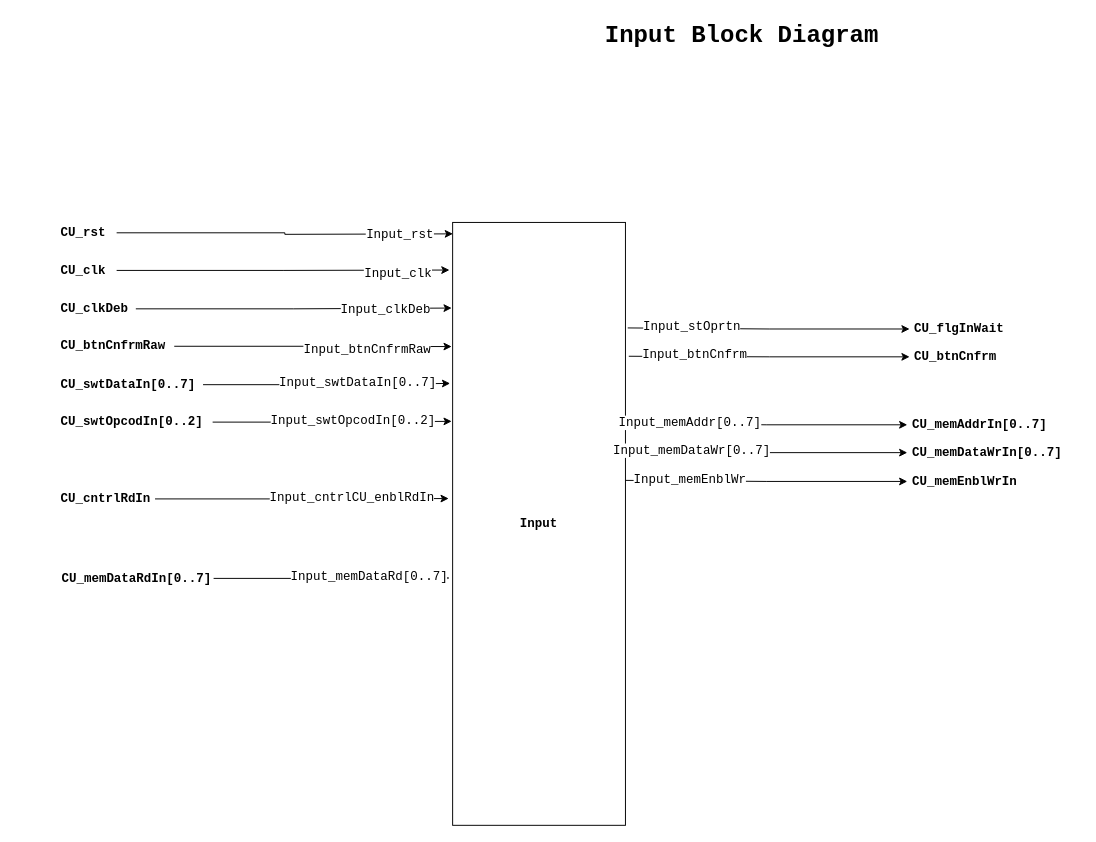
Earlier version of the draw.io diagram page "Input_BD" (5 of 9) of 04_ControlUnit_v1/CPU_Design.drawio (Vichu95/Basic_CPU_FPGA). Source tidied: cells renumbered, new cells numbered last; positions are measured from the earlier drawing's top-left corner, leaving out a move shared by most shapes. Both pictures are drawn from the tidied source at 96%, with x=0, y=0 at pixel (59, 16).
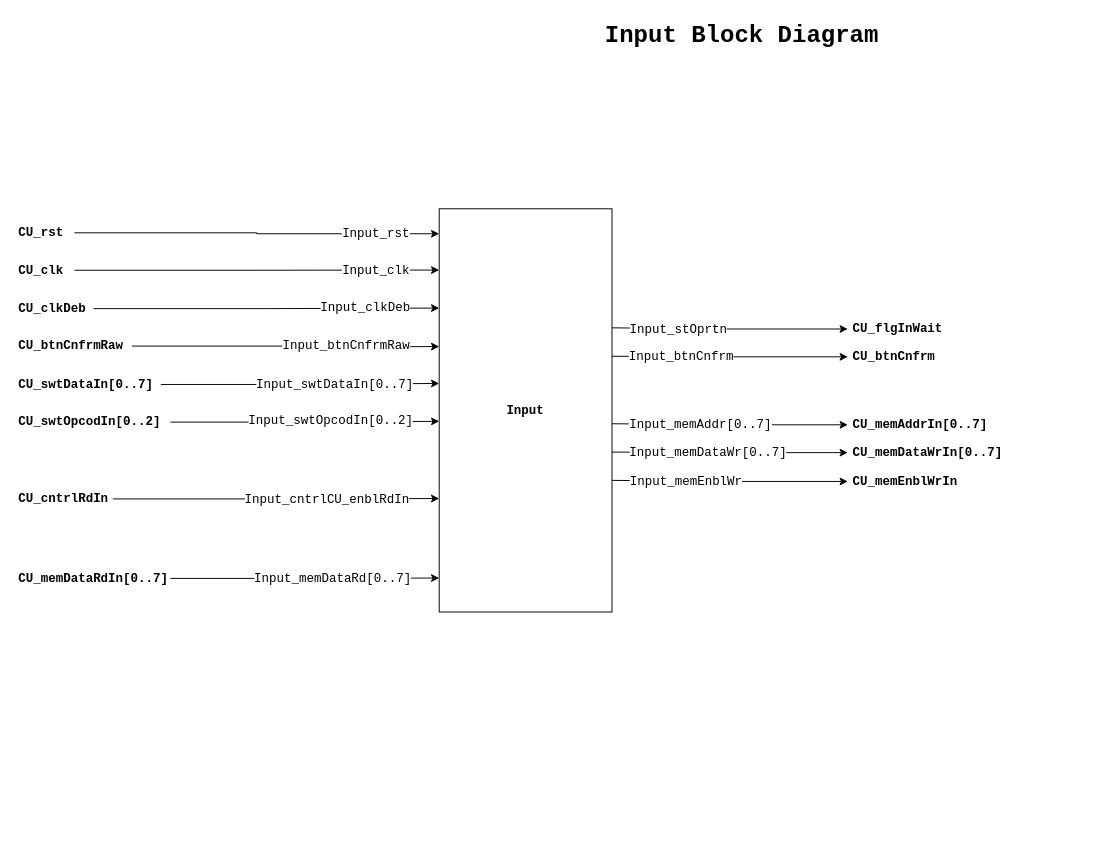
Above is the later version.

The edit, as a diff of the source:
```diff
@@
     <mxCell id="3" value="&lt;b&gt;&lt;font style=&quot;font-size: 13px;&quot;&gt;Input&lt;/font&gt;&lt;/b&gt;" style="rounded=0;whiteSpace=wrap;html=1;fontFamily=Courier New;fontSize=11;" parent="1" vertex="1">
-      <mxGeometry x="410" y="214.2" width="180" height="628" as="geometry" />
+      <mxGeometry x="396" y="200" width="180" height="420" as="geometry" />
     </mxCell>
     <mxCell id="4" style="edgeStyle=orthogonalEdgeStyle;rounded=0;jettySize=auto;html=1;entryX=0;entryY=0.206;entryDx=0;entryDy=0;entryPerimeter=0;fontFamily=Courier New;fontSize=13;fontColor=#000000;" parent="1" edge="1" source="6">
       <mxGeometry relative="1" as="geometry">
-        <mxPoint x="409" y="343.5" as="targetPoint" />
+        <mxPoint x="396" y="343.5" as="targetPoint" />
       </mxGeometry>
     </mxCell>
     <mxCell id="5" value="Input_btnCnfrmRaw" style="edgeLabel;html=1;align=center;verticalAlign=middle;fontSize=13;fontFamily=Courier New;fontColor=#000000;" parent="4" vertex="1">
       <mxGeometry x="0.73" y="-3" relative="1" as="geometry">
-        <mxPoint x="-50" as="offset" />
+        <mxPoint x="-55" y="-4" as="offset" />
       </mxGeometry>
     </mxCell>
     <mxCell id="6" value="CU_btnCnfrmRaw" style="text;html=1;align=left;verticalAlign=middle;points=[];strokeColor=none;fillColor=none;fontStyle=1;labelBackgroundColor=none;fontColor=#000000;fontSize=13;fontFamily=Courier New;spacing=2;spacingRight=-13;" parent="1" vertex="1">
-      <mxGeometry y="328.2" width="120" height="30" as="geometry" />
+      <mxGeometry x="-44" y="328" width="120" height="30" as="geometry" />
     </mxCell>
-    <mxCell id="7" style="edgeStyle=orthogonalEdgeStyle;rounded=0;jettySize=auto;html=1;fontFamily=Courier New;fontSize=13;fontColor=#0000FF;entryX=0.007;entryY=0.019;entryDx=0;entryDy=0;entryPerimeter=0;" parent="1" edge="1" source="9">
+    <mxCell id="7" style="edgeStyle=orthogonalEdgeStyle;rounded=0;jettySize=auto;html=1;fontFamily=Courier New;fontSize=13;fontColor=#0000FF;" parent="1" edge="1" source="9">
       <mxGeometry relative="1" as="geometry">
-        <mxPoint x="410.3" y="226.1" as="targetPoint" />
+        <mxPoint x="396" y="226" as="targetPoint" />
+        <Array as="points">
+          <mxPoint x="206" y="225" />
+          <mxPoint x="206" y="226" />
+        </Array>
       </mxGeometry>
     </mxCell>
     <mxCell id="8" value="Input_rst" style="edgeLabel;html=1;align=center;verticalAlign=middle;fontSize=13;fontFamily=Courier New;fontColor=#000000;" parent="7" vertex="1">
-      <mxGeometry x="0.68" relative="1" as="geometry" />
+      <mxGeometry x="0.68" relative="1" as="geometry">
+        <mxPoint x="-6" y="-1" as="offset" />
+      </mxGeometry>
     </mxCell>
     <mxCell id="9" value="CU_rst" style="text;html=1;align=left;verticalAlign=middle;points=[];strokeColor=none;fillColor=none;fontStyle=1;labelBackgroundColor=none;fontColor=#000000;fontSize=13;fontFamily=Courier New;spacing=2;spacingRight=-13;" parent="1" vertex="1">
-      <mxGeometry y="210" width="60" height="30" as="geometry" />
+      <mxGeometry x="-44" y="210" width="60" height="30" as="geometry" />
     </mxCell>
     <mxCell id="10" style="edgeStyle=orthogonalEdgeStyle;rounded=0;jettySize=auto;html=1;fontFamily=Courier New;fontSize=13;fontColor=#000000;entryX=-0.009;entryY=0.267;entryDx=0;entryDy=0;entryPerimeter=0;" parent="1" edge="1" source="12">
       <mxGeometry relative="1" as="geometry">
-        <mxPoint x="407.4" y="381.9" as="targetPoint" />
+        <mxPoint x="396" y="381.9" as="targetPoint" />
       </mxGeometry>
     </mxCell>
     <mxCell id="11" value="Input_swtDataIn[0..7]" style="edgeLabel;html=1;align=center;verticalAlign=middle;fontSize=13;fontFamily=Courier New;fontColor=#000000;" parent="10" vertex="1">
       <mxGeometry x="0.57" y="2" relative="1" as="geometry">
-        <mxPoint x="-42" as="offset" />
+        <mxPoint x="-47" y="2" as="offset" />
       </mxGeometry>
     </mxCell>
     <mxCell id="12" value="CU_swtDataIn[0..7]" style="text;html=1;align=left;verticalAlign=middle;points=[];strokeColor=none;fillColor=none;fontStyle=1;labelBackgroundColor=none;fontColor=#000000;fontSize=13;fontFamily=Courier New;spacing=2;spacingRight=-13;" parent="1" vertex="1">
-      <mxGeometry y="368.2" width="150" height="30" as="geometry" />
+      <mxGeometry x="-44" y="368" width="150" height="30" as="geometry" />
     </mxCell>
     <mxCell id="13" style="edgeStyle=orthogonalEdgeStyle;rounded=0;jettySize=auto;html=1;entryX=0;entryY=0.33;entryDx=0;entryDy=0;entryPerimeter=0;fontFamily=Courier New;fontSize=13;fontColor=#000000;" parent="1" edge="1" source="15">
       <mxGeometry relative="1" as="geometry">
-        <mxPoint x="409" y="421.4" as="targetPoint" />
+        <mxPoint x="396" y="421.4" as="targetPoint" />
       </mxGeometry>
     </mxCell>
     <mxCell id="14" value="Input_swtOpcodIn[0..2]" style="edgeLabel;html=1;align=center;verticalAlign=middle;fontSize=13;fontFamily=Courier New;fontColor=#000000;" parent="13" vertex="1">
       <mxGeometry x="0.6" y="1" relative="1" as="geometry">
-        <mxPoint x="-53" as="offset" />
+        <mxPoint x="-57" as="offset" />
       </mxGeometry>
     </mxCell>
     <mxCell id="15" value="CU_swtOpcodIn[0..2]" style="text;html=1;align=left;verticalAlign=middle;points=[];strokeColor=none;fillColor=none;fontStyle=1;labelBackgroundColor=none;fontColor=#000000;fontSize=13;fontFamily=Courier New;spacing=2;spacingRight=-13;" parent="1" vertex="1">
-      <mxGeometry y="407.2" width="160" height="30" as="geometry" />
+      <mxGeometry x="-44" y="407.2" width="160" height="30" as="geometry" />
     </mxCell>
     <mxCell id="16" style="edgeStyle=orthogonalEdgeStyle;rounded=0;jettySize=auto;html=1;entryX=-0.013;entryY=0.079;entryDx=0;entryDy=0;entryPerimeter=0;fontFamily=Courier New;fontSize=13;fontColor=#000000;" parent="1" edge="1" source="18">
       <mxGeometry relative="1" as="geometry">
-        <mxPoint x="406.7" y="263.8" as="targetPoint" />
+        <mxPoint x="396" y="263.8" as="targetPoint" />
       </mxGeometry>
     </mxCell>
     <mxCell id="17" value="Input_clk" style="edgeLabel;html=1;align=center;verticalAlign=middle;fontSize=13;fontFamily=Courier New;fontColor=#000000;" parent="16" vertex="1">
       <mxGeometry x="0.67" y="-4" relative="1" as="geometry">
-        <mxPoint x="3" as="offset" />
+        <mxPoint x="-4" y="-4" as="offset" />
       </mxGeometry>
     </mxCell>
     <mxCell id="18" value="CU_clk" style="text;html=1;align=left;verticalAlign=middle;points=[];strokeColor=none;fillColor=none;fontStyle=1;labelBackgroundColor=none;fontColor=#000000;fontSize=13;fontFamily=Courier New;spacing=2;spacingRight=-13;" parent="1" vertex="1">
-      <mxGeometry y="249.2" width="60" height="30" as="geometry" />
+      <mxGeometry x="-44" y="249" width="60" height="30" as="geometry" />
     </mxCell>
     <mxCell id="19" style="edgeStyle=orthogonalEdgeStyle;rounded=0;jettySize=auto;html=1;entryX=0;entryY=0.142;entryDx=0;entryDy=0;fontFamily=Courier New;fontSize=13;fontColor=#000000;entryPerimeter=0;" parent="1" edge="1" source="21">
       <mxGeometry relative="1" as="geometry">
-        <mxPoint x="409" y="303.4" as="targetPoint" />
+        <mxPoint x="396" y="303.4" as="targetPoint" />
       </mxGeometry>
     </mxCell>
     <mxCell id="20" value="Input_clkDeb" style="edgeLabel;html=1;align=center;verticalAlign=middle;fontSize=13;fontFamily=Courier New;fontColor=#000000;" parent="19" vertex="1">
       <mxGeometry x="0.71" y="-1" relative="1" as="geometry">
-        <mxPoint x="-22" as="offset" />
+        <mxPoint x="-25" y="-2" as="offset" />
       </mxGeometry>
     </mxCell>
     <mxCell id="21" value="CU_clkDeb" style="text;html=1;align=left;verticalAlign=middle;points=[];strokeColor=none;fillColor=none;fontStyle=1;labelBackgroundColor=none;fontColor=#000000;fontSize=13;fontFamily=Courier New;spacing=2;spacingRight=-13;" parent="1" vertex="1">
-      <mxGeometry y="289.2" width="80" height="30" as="geometry" />
+      <mxGeometry x="-44" y="289" width="80" height="30" as="geometry" />
     </mxCell>
     <mxCell id="22" style="edgeStyle=orthogonalEdgeStyle;rounded=0;jettySize=auto;html=1;entryX=-0.017;entryY=0.458;entryDx=0;entryDy=0;entryPerimeter=0;fontFamily=Courier New;fontSize=13;fontColor=#000000;startArrow=none;startFill=0;endArrow=classic;endFill=1;" parent="1" edge="1" source="24">
       <mxGeometry relative="1" as="geometry">
-        <mxPoint x="405.9" y="501.8" as="targetPoint" />
+        <mxPoint x="396" y="501.8" as="targetPoint" />
       </mxGeometry>
     </mxCell>
     <mxCell id="23" value="Input_cntrlCU_enblRdIn" style="edgeLabel;html=1;align=center;verticalAlign=middle;fontSize=13;fontFamily=Courier New;fontColor=#000000;" parent="22" vertex="1">
       <mxGeometry x="0.46" y="2" relative="1" as="geometry">
-        <mxPoint x="-18" as="offset" />
+        <mxPoint x="-25" y="2" as="offset" />
       </mxGeometry>
     </mxCell>
     <mxCell id="24" value="CU_cntrlRdIn" style="text;html=1;align=left;verticalAlign=middle;points=[];strokeColor=none;fillColor=none;fontStyle=1;labelBackgroundColor=none;fontColor=#000000;fontSize=13;fontFamily=Courier New;spacing=2;spacingRight=-13;" parent="1" vertex="1">
-      <mxGeometry y="487.2" width="100" height="30" as="geometry" />
+      <mxGeometry x="-44" y="487.2" width="100" height="30" as="geometry" />
     </mxCell>
-    <mxCell id="25" style="edgeStyle=orthogonalEdgeStyle;rounded=0;jettySize=auto;html=1;entryX=1.008;entryY=0.175;entryDx=0;entryDy=0;entryPerimeter=0;fontFamily=Courier New;fontSize=13;fontColor=#000000;startArrow=classic;startFill=1;endArrow=none;endFill=0;" parent="1" edge="1" source="27">
+    <mxCell id="25" style="edgeStyle=orthogonalEdgeStyle;rounded=0;jettySize=auto;html=1;fontFamily=Courier New;fontSize=13;fontColor=#000000;startArrow=classic;startFill=1;endArrow=none;endFill=0;" parent="1" edge="1" source="27">
       <mxGeometry relative="1" as="geometry">
-        <mxPoint x="592.4" y="324.1" as="targetPoint" />
+        <mxPoint x="576" y="324" as="targetPoint" />
       </mxGeometry>
     </mxCell>
     <mxCell id="26" value="Input_stOprtn" style="edgeLabel;html=1;align=center;verticalAlign=middle;fontSize=13;fontFamily=Courier New;fontColor=#000000;" parent="25" vertex="1">
       <mxGeometry x="0.63" y="-2" relative="1" as="geometry">
-        <mxPoint x="12" as="offset" />
+        <mxPoint x="23" y="3" as="offset" />
       </mxGeometry>
     </mxCell>
     <mxCell id="27" value="CU_flgInWait" style="text;html=1;align=left;verticalAlign=middle;points=[];strokeColor=none;fillColor=none;fontStyle=1;labelBackgroundColor=none;fontColor=#000000;fontSize=13;fontFamily=Courier New;spacingLeft=3;" parent="1" vertex="1">
-      <mxGeometry x="886" y="310.2" width="120" height="30" as="geometry" />
+      <mxGeometry x="821.6" y="310.2" width="120" height="30" as="geometry" />
     </mxCell>
     <mxCell id="28" style="edgeStyle=orthogonalEdgeStyle;rounded=0;jettySize=auto;html=1;entryX=1.014;entryY=0.222;entryDx=0;entryDy=0;entryPerimeter=0;fontFamily=Courier New;fontSize=13;fontColor=#000000;startArrow=classic;startFill=1;endArrow=none;endFill=0;" parent="1" edge="1" source="30">
       <mxGeometry relative="1" as="geometry">
-        <mxPoint x="593.5" y="353.6" as="targetPoint" />
+        <mxPoint x="576" y="353.6" as="targetPoint" />
       </mxGeometry>
     </mxCell>
     <mxCell id="29" value="Input_btnCnfrm" style="edgeLabel;html=1;align=center;verticalAlign=middle;fontSize=13;fontFamily=Courier New;fontColor=#000000;" parent="28" vertex="1">
       <mxGeometry x="0.73" y="-2" relative="1" as="geometry">
-        <mxPoint x="28" as="offset" />
+        <mxPoint x="39" y="2" as="offset" />
       </mxGeometry>
     </mxCell>
     <mxCell id="30" value="CU_btnCnfrm" style="text;html=1;align=left;verticalAlign=middle;points=[];strokeColor=none;fillColor=none;fontStyle=1;labelBackgroundColor=none;fontColor=#000000;fontSize=13;fontFamily=Courier New;spacingLeft=3;" parent="1" vertex="1">
-      <mxGeometry x="886" y="339.2" width="110" height="30" as="geometry" />
+      <mxGeometry x="821.6" y="339.2" width="110" height="30" as="geometry" />
     </mxCell>
     <mxCell id="31" style="edgeStyle=orthogonalEdgeStyle;rounded=0;jettySize=auto;html=1;entryX=1.008;entryY=0.175;entryDx=0;entryDy=0;entryPerimeter=0;fontFamily=Courier New;fontSize=13;fontColor=#000000;startArrow=classic;startFill=1;endArrow=none;endFill=0;" parent="1" edge="1" source="33">
       <mxGeometry relative="1" as="geometry">
-        <mxPoint x="590" y="423.9" as="targetPoint" />
+        <mxPoint x="576" y="423.9" as="targetPoint" />
       </mxGeometry>
     </mxCell>
     <mxCell id="32" value="Input_memAddr[0..7]" style="edgeLabel;html=1;align=center;verticalAlign=middle;fontSize=13;fontFamily=Courier New;fontColor=#000000;" parent="31" vertex="1">
       <mxGeometry x="0.63" y="-2" relative="1" as="geometry">
-        <mxPoint x="12" as="offset" />
+        <mxPoint x="46" y="2" as="offset" />
       </mxGeometry>
     </mxCell>
     <mxCell id="33" value="CU_memAddrIn[0..7]" style="text;html=1;align=left;verticalAlign=middle;points=[];strokeColor=none;fillColor=none;fontStyle=1;labelBackgroundColor=none;fontColor=#000000;fontSize=13;fontFamily=Courier New;spacingLeft=3;" parent="1" vertex="1">
-      <mxGeometry x="883.6" y="410" width="160" height="30" as="geometry" />
+      <mxGeometry x="821.6" y="410" width="160" height="30" as="geometry" />
     </mxCell>
     <mxCell id="34" style="edgeStyle=orthogonalEdgeStyle;rounded=0;jettySize=auto;html=1;entryX=1.014;entryY=0.222;entryDx=0;entryDy=0;entryPerimeter=0;fontFamily=Courier New;fontSize=13;fontColor=#000000;startArrow=classic;startFill=1;endArrow=none;endFill=0;" parent="1" edge="1" source="36">
       <mxGeometry relative="1" as="geometry">
-        <mxPoint x="591.1" y="453.4" as="targetPoint" />
+        <mxPoint x="576" y="453.4" as="targetPoint" />
       </mxGeometry>
     </mxCell>
     <mxCell id="35" value="Input_memDataWr[0..7]" style="edgeLabel;html=1;align=center;verticalAlign=middle;fontSize=13;fontFamily=Courier New;fontColor=#000000;" parent="34" vertex="1">
       <mxGeometry x="0.73" y="-2" relative="1" as="geometry">
-        <mxPoint x="28" as="offset" />
+        <mxPoint x="67" y="2" as="offset" />
       </mxGeometry>
     </mxCell>
     <mxCell id="36" value="CU_memDataWrIn[0..7]" style="text;html=1;align=left;verticalAlign=middle;points=[];strokeColor=none;fillColor=none;fontStyle=1;labelBackgroundColor=none;fontColor=#000000;fontSize=13;fontFamily=Courier New;spacingLeft=3;" parent="1" vertex="1">
-      <mxGeometry x="883.6" y="439" width="180" height="30" as="geometry" />
+      <mxGeometry x="821.6" y="439" width="180" height="30" as="geometry" />
     </mxCell>
     <mxCell id="37" style="edgeStyle=orthogonalEdgeStyle;rounded=0;jettySize=auto;html=1;entryX=1.008;entryY=0.175;entryDx=0;entryDy=0;entryPerimeter=0;fontFamily=Courier New;fontSize=13;fontColor=#000000;startArrow=classic;startFill=1;endArrow=none;endFill=0;" parent="1" edge="1" source="39">
       <mxGeometry relative="1" as="geometry">
-        <mxPoint x="590" y="482.9" as="targetPoint" />
+        <mxPoint x="576" y="482.9" as="targetPoint" />
       </mxGeometry>
     </mxCell>
     <mxCell id="38" value="Input_memEnblWr" style="edgeLabel;html=1;align=center;verticalAlign=middle;fontSize=13;fontFamily=Courier New;fontColor=#000000;" parent="37" vertex="1">
       <mxGeometry x="0.63" y="-2" relative="1" as="geometry">
-        <mxPoint x="12" as="offset" />
+        <mxPoint x="31" y="2" as="offset" />
       </mxGeometry>
     </mxCell>
     <mxCell id="39" value="CU_memEnblWrIn" style="text;html=1;align=left;verticalAlign=middle;points=[];strokeColor=none;fillColor=none;fontStyle=1;labelBackgroundColor=none;fontColor=#000000;fontSize=13;fontFamily=Courier New;spacingLeft=3;" parent="1" vertex="1">
-      <mxGeometry x="883.6" y="469" width="130" height="30" as="geometry" />
+      <mxGeometry x="821.6" y="469" width="130" height="30" as="geometry" />
     </mxCell>
     <mxCell id="40" style="edgeStyle=orthogonalEdgeStyle;rounded=0;jettySize=auto;html=1;entryX=-0.017;entryY=0.458;entryDx=0;entryDy=0;entryPerimeter=0;fontFamily=Courier New;fontSize=13;fontColor=#000000;startArrow=none;startFill=0;endArrow=classic;endFill=1;" parent="1" edge="1" source="42">
       <mxGeometry relative="1" as="geometry">
-        <mxPoint x="406.9" y="584.6" as="targetPoint" />
+        <mxPoint x="396" y="584.6" as="targetPoint" />
       </mxGeometry>
     </mxCell>
     <mxCell id="41" value="Input_memDataRd[0..7]" style="edgeLabel;html=1;align=center;verticalAlign=middle;fontSize=13;fontFamily=Courier New;fontColor=#000000;" parent="40" vertex="1">
       <mxGeometry x="0.46" y="2" relative="1" as="geometry">
-        <mxPoint x="-18" as="offset" />
+        <mxPoint x="-35" y="2" as="offset" />
       </mxGeometry>
     </mxCell>
     <mxCell id="42" value="CU_memDataRdIn[0..7]" style="text;html=1;align=left;verticalAlign=middle;points=[];strokeColor=none;fillColor=none;fontStyle=1;labelBackgroundColor=none;fontColor=#000000;fontSize=13;fontFamily=Courier New;spacing=2;spacingRight=-13;" parent="1" vertex="1">
-      <mxGeometry x="1" y="570" width="160" height="30" as="geometry" />
+      <mxGeometry x="-44" y="570" width="160" height="30" as="geometry" />
     </mxCell>
```
